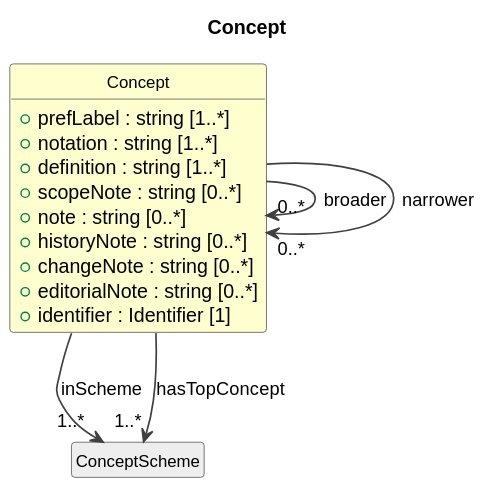
Above: cdif-uml-model/_plantuml/cdifCodelist/Classes/Concept.svg in Cross-Domain-Interoperability-Framework/metadataBuildingBlocks (PlantUML), before the change. The source it was exported from:
```plantuml
@startuml
title Concept
hide circle
hide empty members
skinparam shadowing false
skinparam ArrowThickness 1.2
skinparam class {
  ArrowColor #404040
  BorderColor #404040
  FontSize 12
}

class "Concept" as Concept #FEFECE {
  +prefLabel : string [1..*]
  +notation : string [1..*]
  +definition : string [1..*]
  +scopeNote : string [0..*]
  +note : string [0..*]
  +historyNote : string [0..*]
  +changeNote : string [0..*]
  +editorialNote : string [0..*]
  +identifier : Identifier [1]
}
class "ConceptScheme" as ConceptScheme #EEEEEE
ConceptScheme "1..*" <-- Concept : hasTopConcept
Concept --> "1..*" ConceptScheme : inScheme
Concept --> "0..*" Concept : broader
Concept --> "0..*" Concept : narrower
@enduml
```
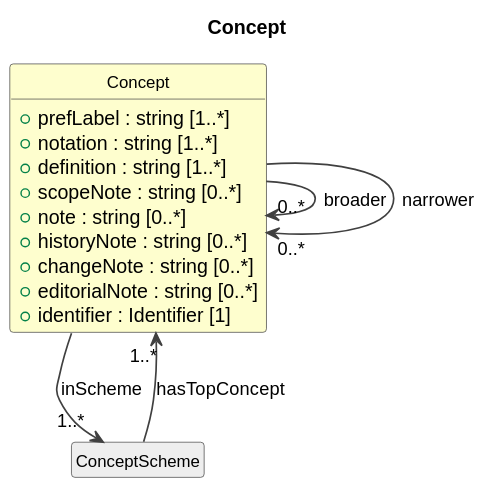
The same diagram one commit later.

Change to the diagram source:
```diff
@@ -22,7 +22,7 @@
   +identifier : Identifier [1]
 }
 class "ConceptScheme" as ConceptScheme #EEEEEE
-ConceptScheme "1..*" <-- Concept : hasTopConcept
+ConceptScheme --> "1..*" Concept : hasTopConcept
 Concept --> "1..*" ConceptScheme : inScheme
 Concept --> "0..*" Concept : broader
 Concept --> "0..*" Concept : narrower
```
